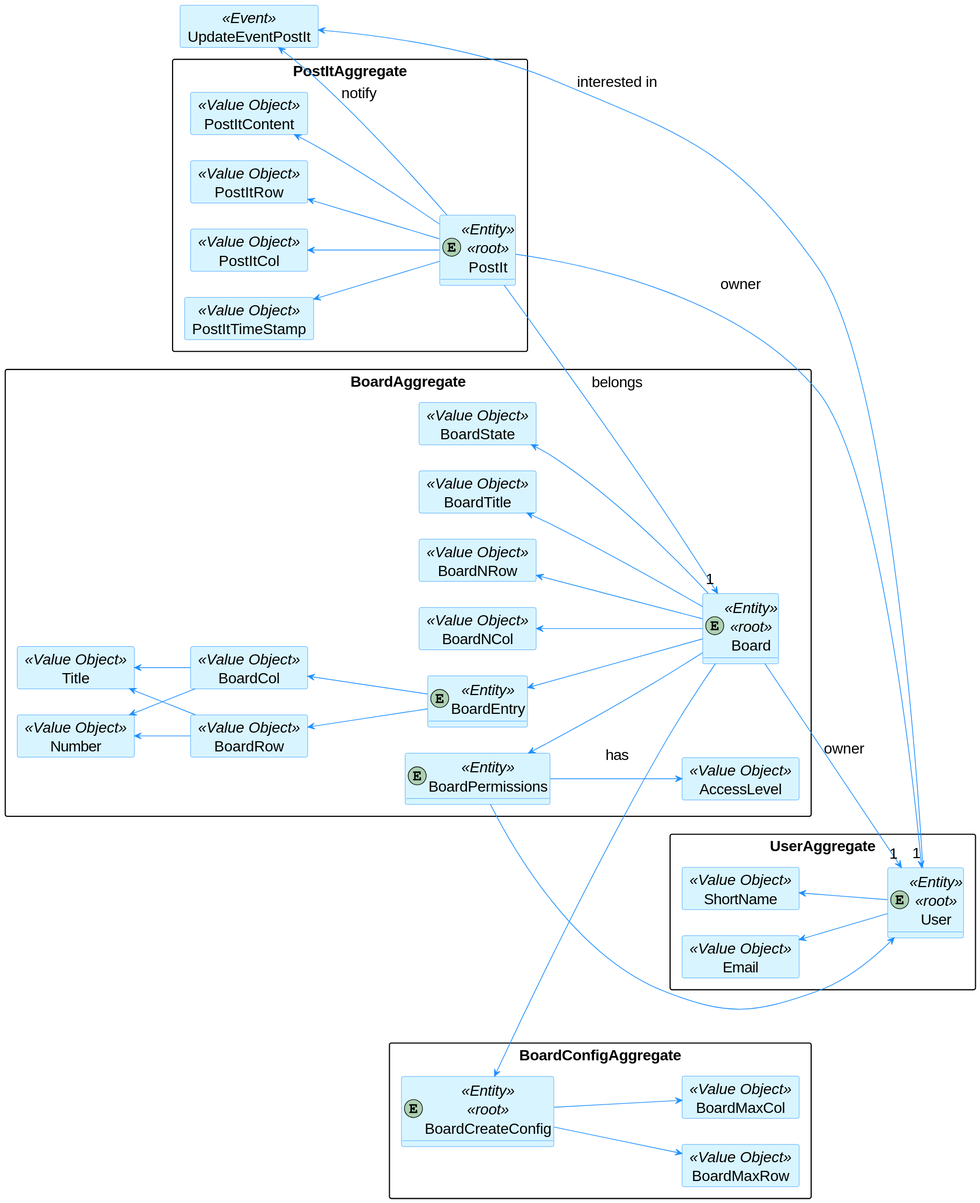
This is docs/1201205/Shared Boards.svg from brunacosta03/sem4pi_22_23, a PlantUML export, as it was before one commit.
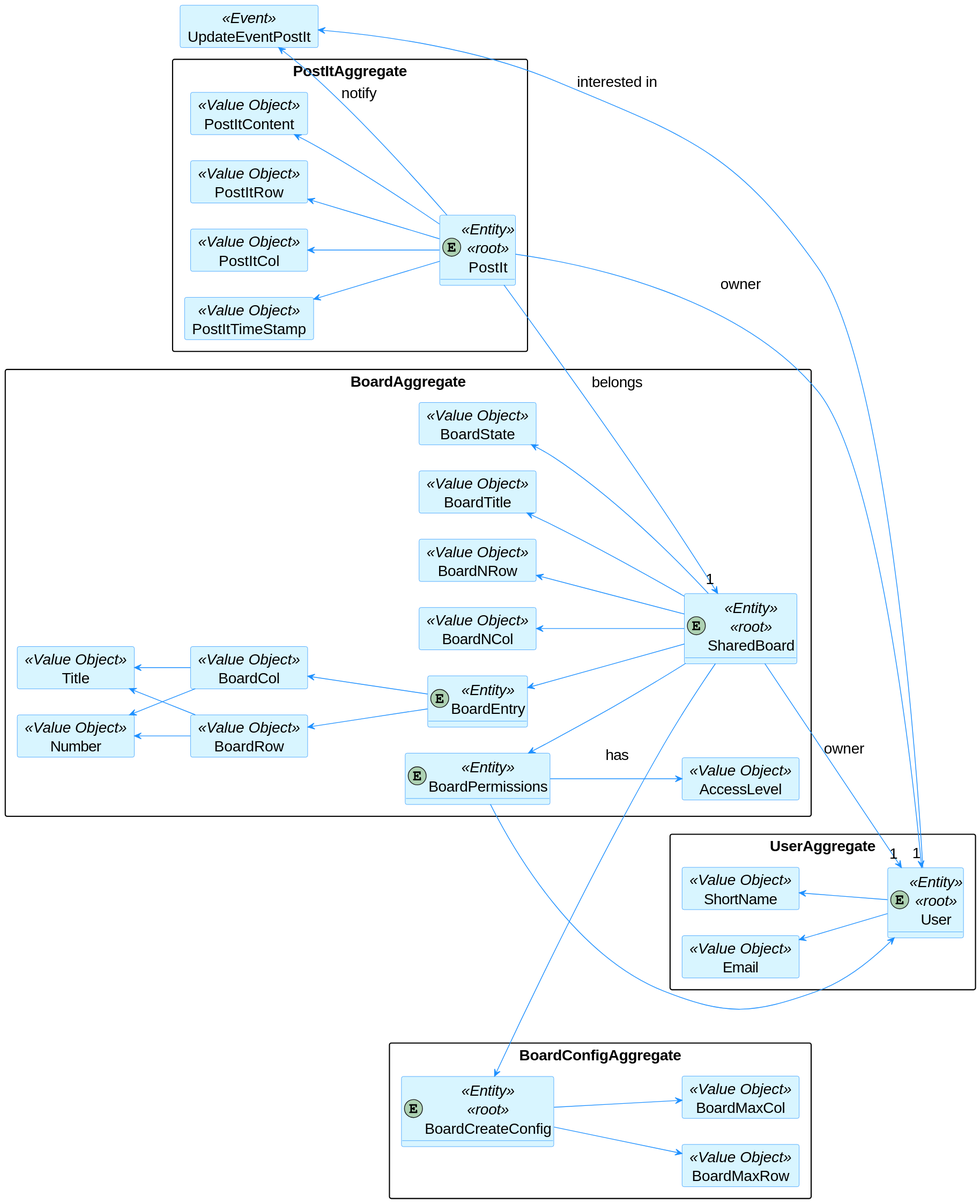
Above is the later version.

What changed in the source:
```diff
@@ -61,7 +61,7 @@
 
 
 package BoardAggregate{
-    entity Board <<Entity>><<root>>
+    entity SharedBoard <<Entity>><<root>>
 
     card BoardTitle <<Value Object>>{
     }
@@ -81,10 +81,10 @@
     card Number <<Value Object>>{
     }
 
-    BoardTitle <-- Board
-    BoardNRow <-- Board
-    BoardNCol <-- Board
-    BoardState <-- Board
+    BoardTitle <-- SharedBoard
+    BoardNRow <-- SharedBoard
+    BoardNCol <-- SharedBoard
+    BoardState <-- SharedBoard
 
     entity BoardEntry <<Entity>>{
     }
@@ -95,7 +95,7 @@
     card BoardCol <<Value Object>>{
     }
 
-    BoardEntry <-- Board
+    BoardEntry <-- SharedBoard
     BoardRow <-- BoardEntry
     BoardCol <-- BoardEntry
     Number <-- BoardRow
@@ -109,7 +109,7 @@
     card AccessLevel <<Value Object>>{
     }
 
-    BoardPermissions <-- Board
+    BoardPermissions <-- SharedBoard
     BoardPermissions --> User
     BoardPermissions --> AccessLevel
 }
@@ -128,9 +128,9 @@
 }
 
 PostIt --> "1" User :owner
-Board --> "1" User :owner
-PostIt --> "1" Board :belongs
-BoardCreateConfig <-- Board :has
+SharedBoard --> "1" User :owner
+PostIt --> "1" SharedBoard :belongs
+BoardCreateConfig <-- SharedBoard :has
 
 
 
```
